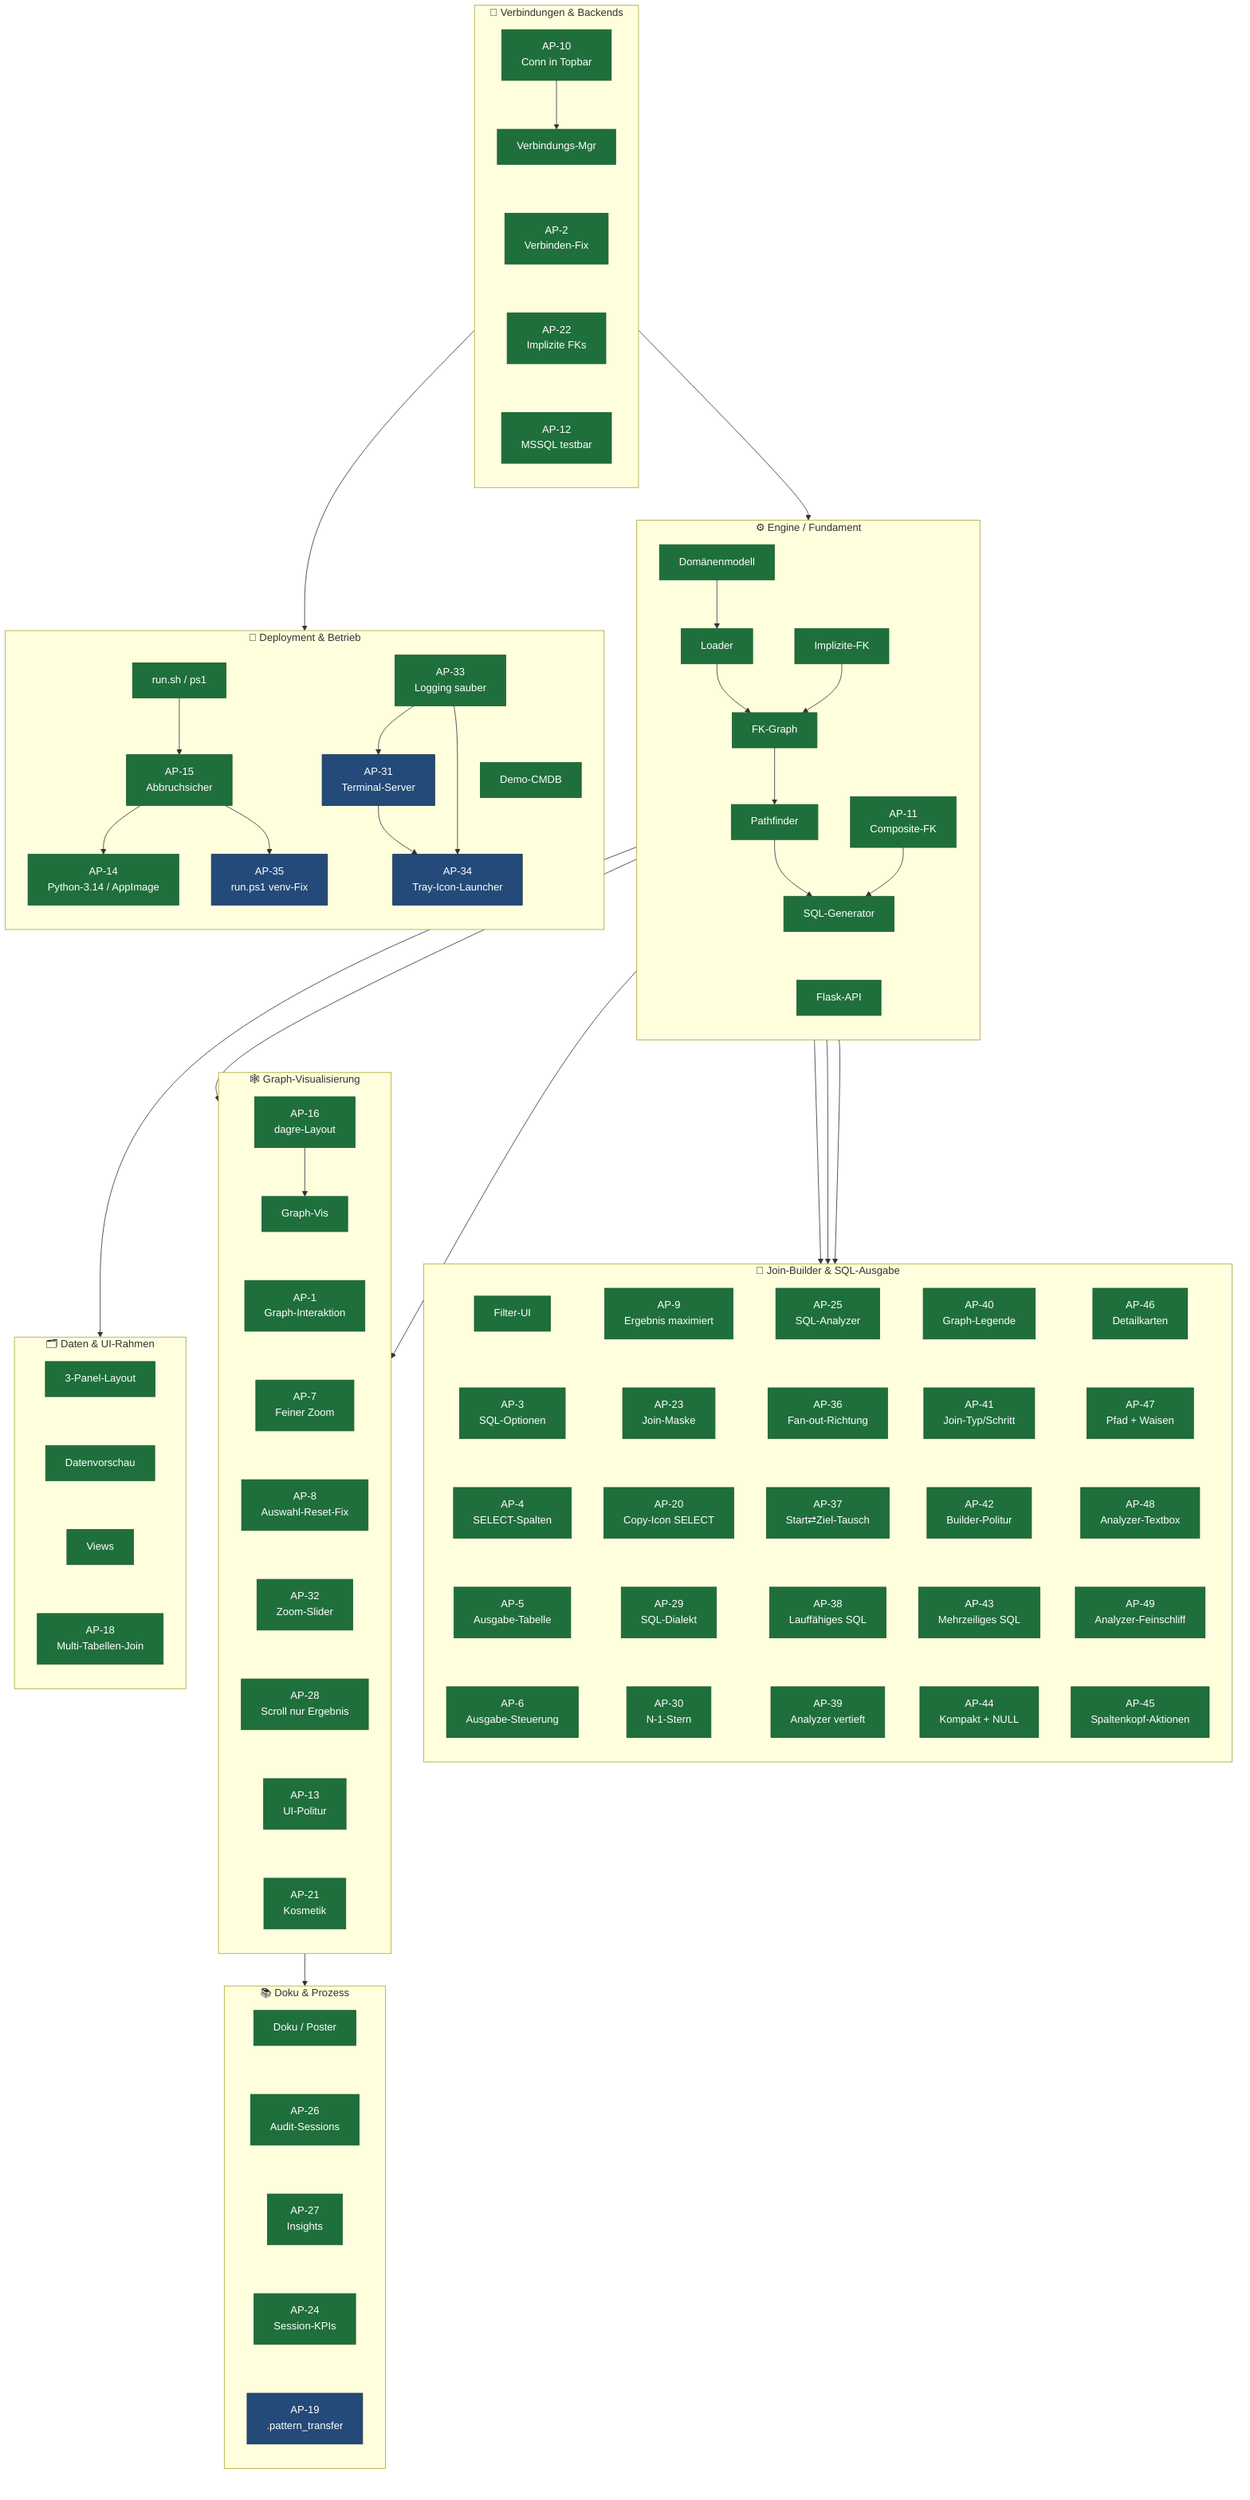
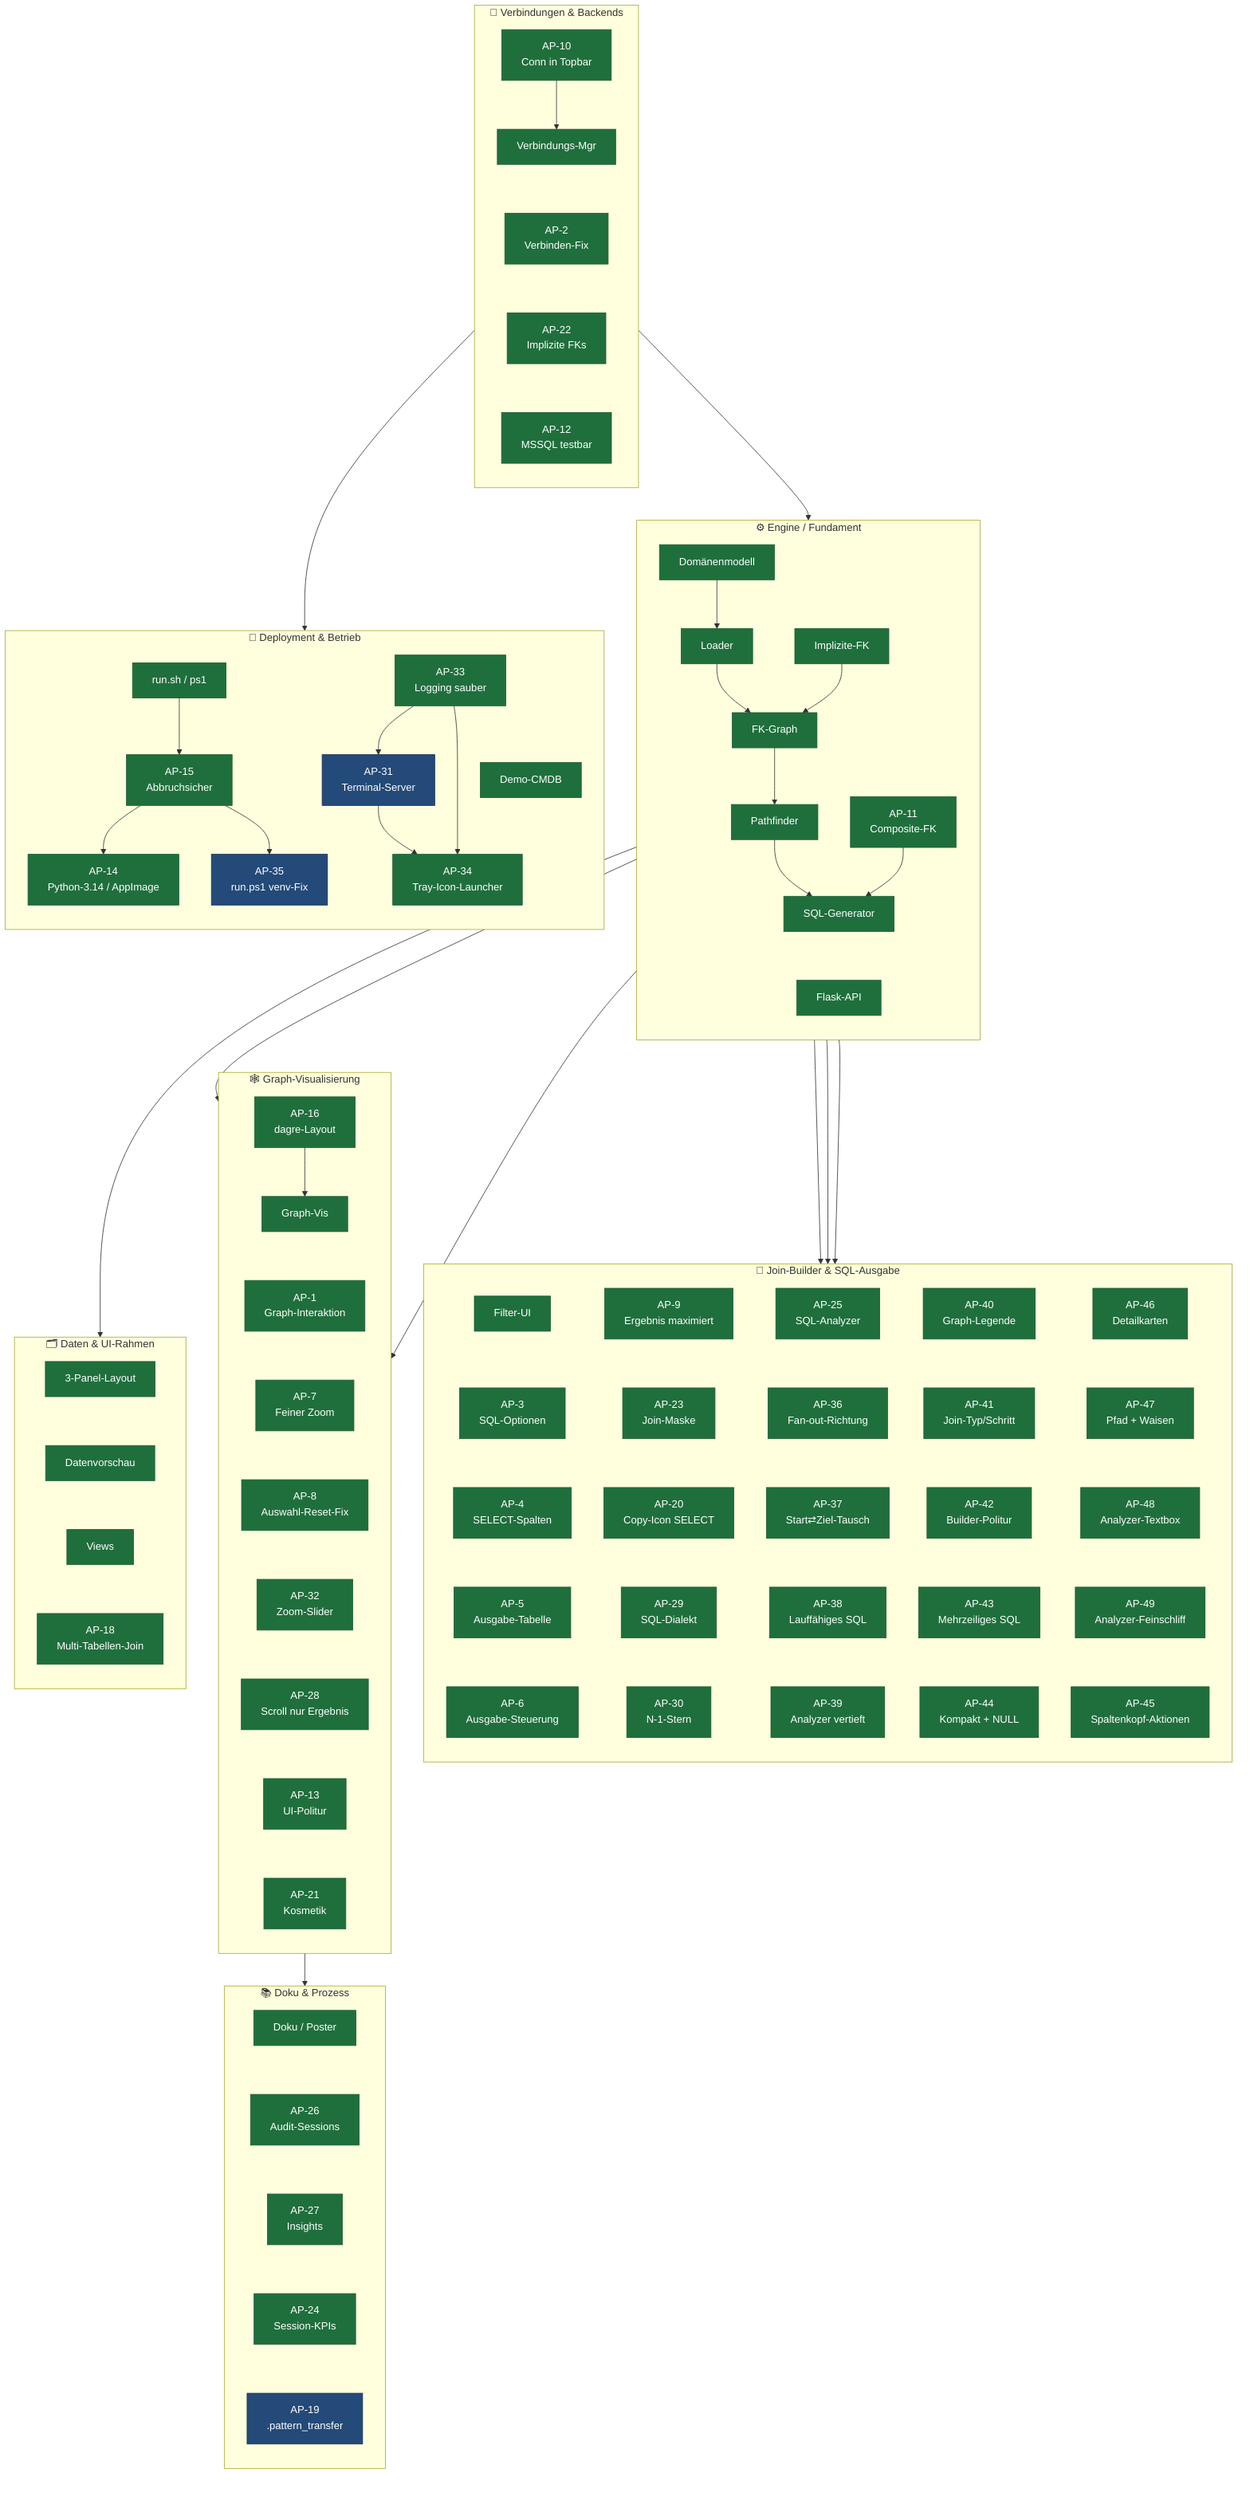
flowchart TB
    classDef done fill:#1f6f3c,color:#fff,stroke:#1a5c32,stroke-width:1px
    classDef plan fill:#234a78,color:#fff,stroke:#16314f,stroke-width:1px

    %% ── C1 · Engine / Fundament ──────────────────────────────────────────
    subgraph C1["⚙️  Engine / Fundament"]
        direction TB
        E1["Domänenmodell"]
        E2["Loader"]
        E3["FK-Graph"]
        E4["Pathfinder"]
        E5["SQL-Generator"]
        E6["Flask-API"]
        E7["AP-11\nComposite-FK"]
        E8["Implizite-FK"]
        E1 --> E2 --> E3 --> E4 --> E5
        E7 --> E5
        E8 --> E3
        E5 ~~~ E6
    end

    %% ── C2 · Verbindungen & Backends ─────────────────────────────────────
    subgraph C2["🔌  Verbindungen & Backends"]
        direction TB
        V1["Verbindungs-Mgr"]
        V2["AP-2\nVerbinden-Fix"]
        V3["AP-10\nConn in Topbar"]
        V4["AP-12\nMSSQL testbar"]
        V5["AP-22\nImplizite FKs"]
        V3 --> V1
        V1 ~~~ V2 ~~~ V5 ~~~ V4
    end

    %% ── C3 · Join-Builder & SQL-Ausgabe ──────────────────────────────────
    subgraph C3["🧩  Join-Builder & SQL-Ausgabe"]
        direction TB
        J1["Filter-UI"]
        J2["AP-3\nSQL-Optionen"]
        J3["AP-4\nSELECT-Spalten"]
        J4["AP-5\nAusgabe-Tabelle"]
        J5["AP-6\nAusgabe-Steuerung"]
        J6["AP-9\nErgebnis maximiert"]
        J7["AP-23\nJoin-Maske"]
        J8["AP-20\nCopy-Icon SELECT"]
        J9["AP-29\nSQL-Dialekt"]
        J10["AP-30\nN-1-Stern"]
        J11["AP-25\nSQL-Analyzer"]
        J12["AP-36\nFan-out-Richtung"]
        J13["AP-37\nStart⇄Ziel-Tausch"]
        J14["AP-38\nLauffähiges SQL"]
        J15["AP-39\nAnalyzer vertieft"]
        J16["AP-40\nGraph-Legende"]
        J17["AP-41\nJoin-Typ/Schritt"]
        J18["AP-42\nBuilder-Politur"]
        J19["AP-43\nMehrzeiliges SQL"]
        J20["AP-44\nKompakt + NULL"]
        J21["AP-46\nDetailkarten"]
        J22["AP-47\nPfad + Waisen"]
        J23["AP-48\nAnalyzer-Textbox"]
        J24["AP-49\nAnalyzer-Feinschliff"]
        J25["AP-45\nSpaltenkopf-Aktionen"]
        %% In 5 parallele Spalten gepackt (statt einer 25-Boxen-Säule) → kompaktes Gitter
        J1 ~~~ J2 ~~~ J3 ~~~ J4 ~~~ J5
        J6 ~~~ J7 ~~~ J8 ~~~ J9 ~~~ J10
        J11 ~~~ J12 ~~~ J13 ~~~ J14 ~~~ J15
        J16 ~~~ J17 ~~~ J18 ~~~ J19 ~~~ J20
        J21 ~~~ J22 ~~~ J23 ~~~ J24 ~~~ J25
    end

    %% ── C4 · Graph-Visualisierung ────────────────────────────────────────
    subgraph C4["🕸️  Graph-Visualisierung"]
        direction TB
        G1["Graph-Vis"]
        G2["AP-1\nGraph-Interaktion"]
        G3["AP-7\nFeiner Zoom"]
        G4["AP-8\nAuswahl-Reset-Fix"]
        G5["AP-16\ndagre-Layout"]
        G6["AP-32\nZoom-Slider"]
        G7["AP-28\nScroll nur Ergebnis"]
        G8["AP-13\nUI-Politur"]
        G9["AP-21\nKosmetik"]
        G5 --> G1
        G1 ~~~ G2 ~~~ G3 ~~~ G4 ~~~ G6 ~~~ G7 ~~~ G8 ~~~ G9
    end

    %% ── C5 · Daten & UI-Rahmen ───────────────────────────────────────────
    subgraph C5["🗂️  Daten & UI-Rahmen"]
        direction TB
        D1["3-Panel-Layout"]
        D2["Datenvorschau"]
        D3["Views"]
        D4["AP-18\nMulti-Tabellen-Join"]
        D1 ~~~ D2 ~~~ D3 ~~~ D4
    end

    %% ── C6 · Deployment & Betrieb ────────────────────────────────────────
    subgraph C6["🚀  Deployment & Betrieb"]
        direction TB
        B1["Demo-CMDB"]
        B2["run.sh / ps1"]
        B3["AP-15\nAbbruchsicher"]
        B4["AP-14\nPython-3.14 / AppImage"]
        B5["AP-35\nrun.ps1 venv-Fix"]
        B7["AP-31\nTerminal-Server"]
        B8["AP-33\nLogging sauber"]
        B9["AP-34\nTray-Icon-Launcher"]
        B2 --> B3
        B3 --> B4
        B3 --> B5
        B8 --> B7
        B7 --> B9
        B8 --> B9
        B1 ~~~ B9
    end

    %% ── C7 · Doku & Prozess ──────────────────────────────────────────────
    subgraph C7["📚  Doku & Prozess"]
        direction TB
        K1["Doku / Poster"]
        K2["AP-26\nAudit-Sessions"]
        K3["AP-27\nInsights"]
        K5["AP-24\nSession-KPIs"]
        K4["AP-19\n.pattern_transfer"]
        K1 ~~~ K2 ~~~ K3 ~~~ K5 ~~~ K4
    end

    %% ── Cluster-übergreifende Abhängigkeiten ─────────────────────────────
    V1 --> E2
    E5 --> J1
    E5 --> J9
    E5 --> J11
    E4 --> G2
    E3 --> G1
    E6 --> D1
    V4 --> B7
    G5 --> K2

    class E1,E2,E3,E4,E5,E6,E7,E8 done
    class V1,V2,V3,V4,V5 done
    class J1,J2,J3,J4,J5,J6,J7,J8,J9,J10,J11,J12,J13,J14,J15,J16,J17,J18,J19,J20,J21,J22,J23,J24,J25 done
    class G1,G2,G3,G4,G5,G6,G7,G8,G9 done
    class D1,D2,D3,D4 done
-     class B1,B2,B3,B4,B8 done
-     class B5,B7,B9 plan
+     class B1,B2,B3,B4,B8,B9 done
+     class B5,B7 plan
    class K1,K2,K3,K5 done
    class K4 plan
